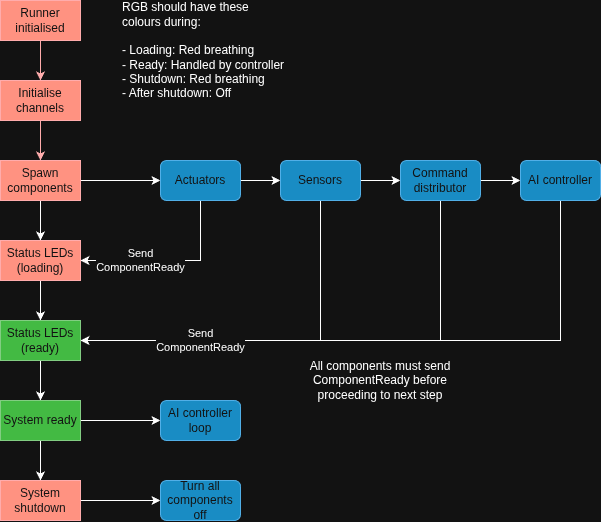
The draw.io diagram docs/diagrams/Runner Loop.png in javidahmed64592/pi-bot, before a commit. Source tidied: cells renumbered, new cells last; positions are measured from the earlier drawing's top-left corner, leaving out a move shared by most shapes. Source of this version:
```xml
<mxGraphModel>
  <root>
    <mxCell id="0" />
    <mxCell id="1" parent="0" />
    <mxCell id="2" style="edgeStyle=orthogonalEdgeStyle;rounded=0;jettySize=auto;html=1;entryX=0.5;entryY=0;entryDx=0;entryDy=0;fillColor=#e51400;strokeColor=#B20000;" parent="1" edge="1" source="3" target="5">
      <mxGeometry relative="1" as="geometry" />
    </mxCell>
    <mxCell id="3" value="Runner initialised" style="rounded=0;whiteSpace=wrap;html=1;fillColor=#e51400;fontColor=#ffffff;strokeColor=#B20000;" parent="1" vertex="1">
      <mxGeometry width="80" height="40" as="geometry" />
    </mxCell>
    <mxCell id="4" style="edgeStyle=orthogonalEdgeStyle;rounded=0;jettySize=auto;html=1;entryX=0.5;entryY=0;entryDx=0;entryDy=0;fillColor=#e51400;strokeColor=#B20000;" parent="1" edge="1" source="5" target="8">
      <mxGeometry relative="1" as="geometry" />
    </mxCell>
    <mxCell id="5" value="Initialise channels" style="rounded=0;whiteSpace=wrap;html=1;fillColor=#e51400;fontColor=#ffffff;strokeColor=#B20000;" parent="1" vertex="1">
      <mxGeometry y="80" width="80" height="40" as="geometry" />
    </mxCell>
    <mxCell id="6" style="edgeStyle=orthogonalEdgeStyle;rounded=0;jettySize=auto;html=1;entryX=0.5;entryY=0;entryDx=0;entryDy=0;" parent="1" edge="1" source="8" target="21">
      <mxGeometry relative="1" as="geometry" />
    </mxCell>
    <mxCell id="7" style="edgeStyle=orthogonalEdgeStyle;rounded=0;jettySize=auto;html=1;entryX=0;entryY=0.5;entryDx=0;entryDy=0;" parent="1" edge="1" source="8" target="11">
      <mxGeometry relative="1" as="geometry" />
    </mxCell>
    <mxCell id="8" value="Spawn components" style="rounded=0;whiteSpace=wrap;html=1;fillColor=#e51400;fontColor=#ffffff;strokeColor=#B20000;" parent="1" vertex="1">
      <mxGeometry y="160" width="80" height="40" as="geometry" />
    </mxCell>
    <mxCell id="9" value="Send&lt;div&gt;ComponentReady&lt;/div&gt;" style="edgeStyle=orthogonalEdgeStyle;rounded=0;jettySize=auto;html=1;entryX=1;entryY=0.5;entryDx=0;entryDy=0;exitX=0.5;exitY=1;exitDx=0;exitDy=0;" parent="1" edge="1" source="11" target="21">
      <mxGeometry x="0.33" relative="1" as="geometry" />
    </mxCell>
    <mxCell id="10" style="edgeStyle=orthogonalEdgeStyle;rounded=0;jettySize=auto;html=1;exitX=1;exitY=0.5;exitDx=0;exitDy=0;entryX=0;entryY=0.5;entryDx=0;entryDy=0;" parent="1" edge="1" source="11" target="14">
      <mxGeometry relative="1" as="geometry" />
    </mxCell>
    <mxCell id="11" value="Actuators" style="rounded=1;whiteSpace=wrap;html=1;fillColor=#1ba1e2;fontColor=#ffffff;strokeColor=#006EAF;" parent="1" vertex="1">
      <mxGeometry x="160" y="160" width="80" height="40" as="geometry" />
    </mxCell>
    <mxCell id="12" style="edgeStyle=orthogonalEdgeStyle;rounded=0;jettySize=auto;html=1;exitX=0.5;exitY=1;exitDx=0;exitDy=0;entryX=1;entryY=0.5;entryDx=0;entryDy=0;" parent="1" edge="1" source="14" target="23">
      <mxGeometry relative="1" as="geometry" />
    </mxCell>
    <mxCell id="13" style="edgeStyle=orthogonalEdgeStyle;rounded=0;jettySize=auto;html=1;exitX=1;exitY=0.5;exitDx=0;exitDy=0;entryX=0;entryY=0.5;entryDx=0;entryDy=0;" parent="1" edge="1" source="14" target="17">
      <mxGeometry relative="1" as="geometry" />
    </mxCell>
    <mxCell id="14" value="Sensors" style="rounded=1;whiteSpace=wrap;html=1;fillColor=#1ba1e2;fontColor=#ffffff;strokeColor=#006EAF;" parent="1" vertex="1">
      <mxGeometry x="280" y="160" width="80" height="40" as="geometry" />
    </mxCell>
    <mxCell id="15" style="edgeStyle=orthogonalEdgeStyle;rounded=0;jettySize=auto;html=1;exitX=0.5;exitY=1;exitDx=0;exitDy=0;entryX=1;entryY=0.5;entryDx=0;entryDy=0;" parent="1" edge="1" source="17" target="23">
      <mxGeometry relative="1" as="geometry" />
    </mxCell>
    <mxCell id="16" style="edgeStyle=orthogonalEdgeStyle;rounded=0;jettySize=auto;html=1;exitX=1;exitY=0.5;exitDx=0;exitDy=0;entryX=0;entryY=0.5;entryDx=0;entryDy=0;" parent="1" edge="1" source="17" target="19">
      <mxGeometry relative="1" as="geometry" />
    </mxCell>
    <mxCell id="17" value="Command distributor" style="rounded=1;whiteSpace=wrap;html=1;fillColor=#1ba1e2;fontColor=#ffffff;strokeColor=#006EAF;" parent="1" vertex="1">
      <mxGeometry x="400" y="160" width="80" height="40" as="geometry" />
    </mxCell>
    <mxCell id="18" value="Send&lt;div&gt;ComponentReady&lt;/div&gt;" style="edgeStyle=orthogonalEdgeStyle;rounded=0;jettySize=auto;html=1;exitX=0.5;exitY=1;exitDx=0;exitDy=0;" parent="1" edge="1" source="19">
      <mxGeometry x="0.61" relative="1" as="geometry">
        <mxPoint x="80" y="340" as="targetPoint" />
        <Array as="points">
          <mxPoint x="560" y="340" />
        </Array>
      </mxGeometry>
    </mxCell>
    <mxCell id="19" value="AI controller" style="rounded=1;whiteSpace=wrap;html=1;fillColor=#1ba1e2;fontColor=#ffffff;strokeColor=#006EAF;" parent="1" vertex="1">
      <mxGeometry x="520" y="160" width="80" height="40" as="geometry" />
    </mxCell>
    <mxCell id="20" style="edgeStyle=orthogonalEdgeStyle;rounded=0;jettySize=auto;html=1;entryX=0.5;entryY=0;entryDx=0;entryDy=0;" parent="1" edge="1" source="21" target="23">
      <mxGeometry relative="1" as="geometry" />
    </mxCell>
    <mxCell id="21" value="Status LEDs (loading)" style="rounded=0;whiteSpace=wrap;html=1;fillColor=#e51400;fontColor=#ffffff;strokeColor=#B20000;" parent="1" vertex="1">
      <mxGeometry y="240" width="80" height="40" as="geometry" />
    </mxCell>
    <mxCell id="22" style="edgeStyle=orthogonalEdgeStyle;rounded=0;jettySize=auto;html=1;entryX=0.5;entryY=0;entryDx=0;entryDy=0;" parent="1" edge="1" source="23" target="27">
      <mxGeometry relative="1" as="geometry" />
    </mxCell>
    <mxCell id="23" value="Status LEDs (ready)" style="rounded=0;whiteSpace=wrap;html=1;fillColor=#008a00;fontColor=#ffffff;strokeColor=#005700;" parent="1" vertex="1">
      <mxGeometry y="320" width="80" height="40" as="geometry" />
    </mxCell>
    <mxCell id="24" value="All components must send ComponentReady before proceeding to next step" style="text;html=1;whiteSpace=wrap;strokeColor=none;fillColor=none;align=center;verticalAlign=middle;rounded=0;" parent="1" vertex="1">
      <mxGeometry x="300" y="360" width="160" height="40" as="geometry" />
    </mxCell>
    <mxCell id="25" style="edgeStyle=orthogonalEdgeStyle;rounded=0;jettySize=auto;html=1;entryX=0.5;entryY=0;entryDx=0;entryDy=0;" parent="1" edge="1" source="27" target="29">
      <mxGeometry relative="1" as="geometry" />
    </mxCell>
    <mxCell id="26" style="edgeStyle=orthogonalEdgeStyle;rounded=0;jettySize=auto;html=1;entryX=0;entryY=0.5;entryDx=0;entryDy=0;" parent="1" edge="1" source="27" target="31">
      <mxGeometry relative="1" as="geometry" />
    </mxCell>
    <mxCell id="27" value="System ready" style="rounded=0;whiteSpace=wrap;html=1;fillColor=#008a00;fontColor=#ffffff;strokeColor=#005700;" parent="1" vertex="1">
      <mxGeometry y="400" width="80" height="40" as="geometry" />
    </mxCell>
    <mxCell id="28" style="edgeStyle=orthogonalEdgeStyle;rounded=0;jettySize=auto;html=1;entryX=0;entryY=0.5;entryDx=0;entryDy=0;" parent="1" edge="1" source="29" target="30">
      <mxGeometry relative="1" as="geometry" />
    </mxCell>
    <mxCell id="29" value="System shutdown" style="rounded=0;whiteSpace=wrap;html=1;fillColor=#e51400;fontColor=#ffffff;strokeColor=#B20000;" parent="1" vertex="1">
      <mxGeometry y="480" width="80" height="40" as="geometry" />
    </mxCell>
    <mxCell id="30" value="Turn all components off" style="rounded=1;whiteSpace=wrap;html=1;fillColor=#1ba1e2;fontColor=#ffffff;strokeColor=#006EAF;" parent="1" vertex="1">
      <mxGeometry x="160" y="480" width="80" height="40" as="geometry" />
    </mxCell>
    <mxCell id="31" value="AI controller loop" style="rounded=1;whiteSpace=wrap;html=1;fillColor=#1ba1e2;fontColor=#ffffff;strokeColor=#006EAF;" parent="1" vertex="1">
      <mxGeometry x="160" y="400" width="80" height="40" as="geometry" />
    </mxCell>
    <mxCell id="32" value="RGB should have these colours during:&lt;div&gt;&lt;br&gt;&lt;/div&gt;&lt;div&gt;- Loading: Red breathing&lt;/div&gt;&lt;div&gt;- Ready: Handled by controller&lt;/div&gt;&lt;div&gt;- Shutdown: Red breathing&lt;/div&gt;&lt;div&gt;- After shutdown: Off&lt;/div&gt;" style="text;html=1;whiteSpace=wrap;strokeColor=none;fillColor=none;align=left;verticalAlign=middle;rounded=0;labelPosition=center;verticalLabelPosition=middle;" parent="1" vertex="1">
      <mxGeometry x="120" width="165" height="100" as="geometry" />
    </mxCell>
  </root>
</mxGraphModel>
```
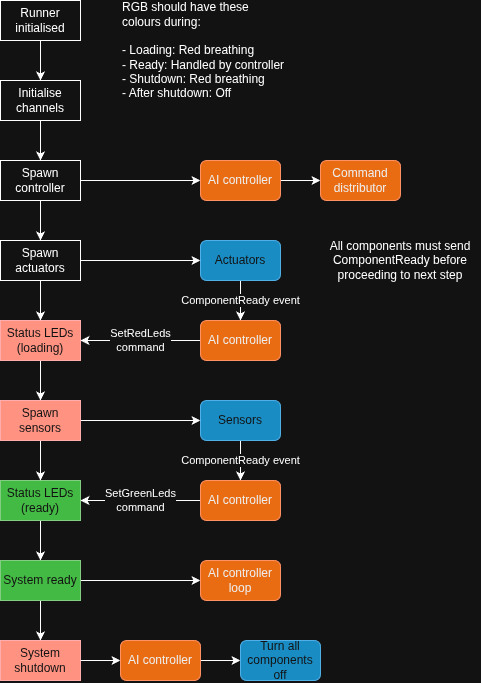
The same file after the commit.

Commit message:
Enhance documentation and diagrams for Pi Bot's state model

Diff of the diagram source:
```diff
@@ -2,79 +2,59 @@
   <root>
     <mxCell id="0" />
     <mxCell id="1" parent="0" />
-    <mxCell id="2" style="edgeStyle=orthogonalEdgeStyle;rounded=0;jettySize=auto;html=1;entryX=0.5;entryY=0;entryDx=0;entryDy=0;fillColor=#e51400;strokeColor=#B20000;" parent="1" edge="1" source="3" target="5">
+    <mxCell id="2" style="edgeStyle=orthogonalEdgeStyle;rounded=0;jettySize=auto;html=1;entryX=0.5;entryY=0;entryDx=0;entryDy=0;" parent="1" edge="1" source="3" target="5">
       <mxGeometry relative="1" as="geometry" />
     </mxCell>
-    <mxCell id="3" value="Runner initialised" style="rounded=0;whiteSpace=wrap;html=1;fillColor=#e51400;fontColor=#ffffff;strokeColor=#B20000;" parent="1" vertex="1">
+    <mxCell id="3" value="Runner initialised" style="rounded=0;whiteSpace=wrap;html=1;" parent="1" vertex="1">
       <mxGeometry width="80" height="40" as="geometry" />
     </mxCell>
-    <mxCell id="4" style="edgeStyle=orthogonalEdgeStyle;rounded=0;jettySize=auto;html=1;entryX=0.5;entryY=0;entryDx=0;entryDy=0;fillColor=#e51400;strokeColor=#B20000;" parent="1" edge="1" source="5" target="8">
+    <mxCell id="4" style="edgeStyle=orthogonalEdgeStyle;rounded=0;jettySize=auto;html=1;entryX=0.5;entryY=0;entryDx=0;entryDy=0;" parent="1" edge="1" source="5" target="8">
       <mxGeometry relative="1" as="geometry" />
     </mxCell>
-    <mxCell id="5" value="Initialise channels" style="rounded=0;whiteSpace=wrap;html=1;fillColor=#e51400;fontColor=#ffffff;strokeColor=#B20000;" parent="1" vertex="1">
+    <mxCell id="5" value="Initialise channels" style="rounded=0;whiteSpace=wrap;html=1;" parent="1" vertex="1">
       <mxGeometry y="80" width="80" height="40" as="geometry" />
     </mxCell>
-    <mxCell id="6" style="edgeStyle=orthogonalEdgeStyle;rounded=0;jettySize=auto;html=1;entryX=0.5;entryY=0;entryDx=0;entryDy=0;" parent="1" edge="1" source="8" target="21">
-      <mxGeometry relative="1" as="geometry" />
-    </mxCell>
-    <mxCell id="7" style="edgeStyle=orthogonalEdgeStyle;rounded=0;jettySize=auto;html=1;entryX=0;entryY=0.5;entryDx=0;entryDy=0;" parent="1" edge="1" source="8" target="11">
-      <mxGeometry relative="1" as="geometry" />
-    </mxCell>
+    <mxCell id="33" style="edgeStyle=orthogonalEdgeStyle;rounded=0;jettySize=auto;html=1;exitX=1;exitY=0.5;exitDx=0;exitDy=0;entryX=0;entryY=0.5;entryDx=0;entryDy=0;" parent="1" edge="1" source="8" target="19">
+      <mxGeometry relative="1" as="geometry" />
+    </mxCell>
+    <mxCell id="34" style="edgeStyle=orthogonalEdgeStyle;rounded=0;jettySize=auto;html=1;entryX=0.5;entryY=0;entryDx=0;entryDy=0;" parent="1" edge="1" source="8" target="41">
+      <mxGeometry relative="1" as="geometry" />
+    </mxCell>
-    <mxCell id="8" value="Spawn components" style="rounded=0;whiteSpace=wrap;html=1;fillColor=#e51400;fontColor=#ffffff;strokeColor=#B20000;" parent="1" vertex="1">
+    <mxCell id="8" value="Spawn controller" style="rounded=0;whiteSpace=wrap;html=1;" parent="1" vertex="1">
       <mxGeometry y="160" width="80" height="40" as="geometry" />
     </mxCell>
-    <mxCell id="9" value="Send&lt;div&gt;ComponentReady&lt;/div&gt;" style="edgeStyle=orthogonalEdgeStyle;rounded=0;jettySize=auto;html=1;entryX=1;entryY=0.5;entryDx=0;entryDy=0;exitX=0.5;exitY=1;exitDx=0;exitDy=0;" parent="1" edge="1" source="11" target="21">
-      <mxGeometry x="0.33" relative="1" as="geometry" />
-    </mxCell>
-    <mxCell id="10" style="edgeStyle=orthogonalEdgeStyle;rounded=0;jettySize=auto;html=1;exitX=1;exitY=0.5;exitDx=0;exitDy=0;entryX=0;entryY=0.5;entryDx=0;entryDy=0;" parent="1" edge="1" source="11" target="14">
-      <mxGeometry relative="1" as="geometry" />
-    </mxCell>
+    <mxCell id="35" value="ComponentReady event" style="edgeStyle=orthogonalEdgeStyle;rounded=0;jettySize=auto;html=1;entryX=0.5;entryY=0;entryDx=0;entryDy=0;" parent="1" edge="1" source="11" target="43">
+      <mxGeometry relative="1" as="geometry" />
+    </mxCell>
     <mxCell id="11" value="Actuators" style="rounded=1;whiteSpace=wrap;html=1;fillColor=#1ba1e2;fontColor=#ffffff;strokeColor=#006EAF;" parent="1" vertex="1">
-      <mxGeometry x="160" y="160" width="80" height="40" as="geometry" />
+      <mxGeometry x="200" y="240" width="80" height="40" as="geometry" />
     </mxCell>
-    <mxCell id="12" style="edgeStyle=orthogonalEdgeStyle;rounded=0;jettySize=auto;html=1;exitX=0.5;exitY=1;exitDx=0;exitDy=0;entryX=1;entryY=0.5;entryDx=0;entryDy=0;" parent="1" edge="1" source="14" target="23">
-      <mxGeometry relative="1" as="geometry" />
-    </mxCell>
-    <mxCell id="13" style="edgeStyle=orthogonalEdgeStyle;rounded=0;jettySize=auto;html=1;exitX=1;exitY=0.5;exitDx=0;exitDy=0;entryX=0;entryY=0.5;entryDx=0;entryDy=0;" parent="1" edge="1" source="14" target="17">
-      <mxGeometry relative="1" as="geometry" />
-    </mxCell>
+    <mxCell id="36" value="ComponentReady event" style="edgeStyle=orthogonalEdgeStyle;rounded=0;jettySize=auto;html=1;entryX=0.5;entryY=0;entryDx=0;entryDy=0;" parent="1" edge="1" source="14" target="48">
+      <mxGeometry relative="1" as="geometry" />
+    </mxCell>
     <mxCell id="14" value="Sensors" style="rounded=1;whiteSpace=wrap;html=1;fillColor=#1ba1e2;fontColor=#ffffff;strokeColor=#006EAF;" parent="1" vertex="1">
-      <mxGeometry x="280" y="160" width="80" height="40" as="geometry" />
+      <mxGeometry x="200" y="400" width="80" height="40" as="geometry" />
     </mxCell>
-    <mxCell id="15" style="edgeStyle=orthogonalEdgeStyle;rounded=0;jettySize=auto;html=1;exitX=0.5;exitY=1;exitDx=0;exitDy=0;entryX=1;entryY=0.5;entryDx=0;entryDy=0;" parent="1" edge="1" source="17" target="23">
-      <mxGeometry relative="1" as="geometry" />
-    </mxCell>
-    <mxCell id="16" style="edgeStyle=orthogonalEdgeStyle;rounded=0;jettySize=auto;html=1;exitX=1;exitY=0.5;exitDx=0;exitDy=0;entryX=0;entryY=0.5;entryDx=0;entryDy=0;" parent="1" edge="1" source="17" target="19">
-      <mxGeometry relative="1" as="geometry" />
-    </mxCell>
-    <mxCell id="17" value="Command distributor" style="rounded=1;whiteSpace=wrap;html=1;fillColor=#1ba1e2;fontColor=#ffffff;strokeColor=#006EAF;" parent="1" vertex="1">
-      <mxGeometry x="400" y="160" width="80" height="40" as="geometry" />
-    </mxCell>
-    <mxCell id="18" value="Send&lt;div&gt;ComponentReady&lt;/div&gt;" style="edgeStyle=orthogonalEdgeStyle;rounded=0;jettySize=auto;html=1;exitX=0.5;exitY=1;exitDx=0;exitDy=0;" parent="1" edge="1" source="19">
-      <mxGeometry x="0.61" relative="1" as="geometry">
-        <mxPoint x="80" y="340" as="targetPoint" />
-        <Array as="points">
-          <mxPoint x="560" y="340" />
-        </Array>
-      </mxGeometry>
-    </mxCell>
+    <mxCell id="37" style="edgeStyle=orthogonalEdgeStyle;rounded=0;jettySize=auto;html=1;exitX=1;exitY=0.5;exitDx=0;exitDy=0;entryX=0;entryY=0.5;entryDx=0;entryDy=0;" parent="1" edge="1" source="19" target="17">
+      <mxGeometry relative="1" as="geometry" />
+    </mxCell>
-    <mxCell id="19" value="AI controller" style="rounded=1;whiteSpace=wrap;html=1;fillColor=#1ba1e2;fontColor=#ffffff;strokeColor=#006EAF;" parent="1" vertex="1">
-      <mxGeometry x="520" y="160" width="80" height="40" as="geometry" />
+    <mxCell id="19" value="AI controller" style="rounded=1;whiteSpace=wrap;html=1;fillColor=#fa6800;fontColor=#000000;strokeColor=#C73500;" parent="1" vertex="1">
+      <mxGeometry x="200" y="160" width="80" height="40" as="geometry" />
     </mxCell>
-    <mxCell id="20" style="edgeStyle=orthogonalEdgeStyle;rounded=0;jettySize=auto;html=1;entryX=0.5;entryY=0;entryDx=0;entryDy=0;" parent="1" edge="1" source="21" target="23">
-      <mxGeometry relative="1" as="geometry" />
-    </mxCell>
+    <mxCell id="38" style="edgeStyle=orthogonalEdgeStyle;rounded=0;jettySize=auto;html=1;entryX=0.5;entryY=0;entryDx=0;entryDy=0;" parent="1" edge="1" source="21" target="46">
+      <mxGeometry relative="1" as="geometry" />
+    </mxCell>
     <mxCell id="21" value="Status LEDs (loading)" style="rounded=0;whiteSpace=wrap;html=1;fillColor=#e51400;fontColor=#ffffff;strokeColor=#B20000;" parent="1" vertex="1">
-      <mxGeometry y="240" width="80" height="40" as="geometry" />
+      <mxGeometry y="320" width="80" height="40" as="geometry" />
     </mxCell>
     <mxCell id="22" style="edgeStyle=orthogonalEdgeStyle;rounded=0;jettySize=auto;html=1;entryX=0.5;entryY=0;entryDx=0;entryDy=0;" parent="1" edge="1" source="23" target="27">
       <mxGeometry relative="1" as="geometry" />
     </mxCell>
     <mxCell id="23" value="Status LEDs (ready)" style="rounded=0;whiteSpace=wrap;html=1;fillColor=#008a00;fontColor=#ffffff;strokeColor=#005700;" parent="1" vertex="1">
-      <mxGeometry y="320" width="80" height="40" as="geometry" />
+      <mxGeometry y="480" width="80" height="40" as="geometry" />
     </mxCell>
     <mxCell id="24" value="All components must send ComponentReady before proceeding to next step" style="text;html=1;whiteSpace=wrap;strokeColor=none;fillColor=none;align=center;verticalAlign=middle;rounded=0;" parent="1" vertex="1">
-      <mxGeometry x="300" y="360" width="160" height="40" as="geometry" />
+      <mxGeometry x="320" y="240" width="160" height="40" as="geometry" />
     </mxCell>
     <mxCell id="25" style="edgeStyle=orthogonalEdgeStyle;rounded=0;jettySize=auto;html=1;entryX=0.5;entryY=0;entryDx=0;entryDy=0;" parent="1" edge="1" source="27" target="29">
       <mxGeometry relative="1" as="geometry" />
@@ -83,22 +63,61 @@
       <mxGeometry relative="1" as="geometry" />
     </mxCell>
     <mxCell id="27" value="System ready" style="rounded=0;whiteSpace=wrap;html=1;fillColor=#008a00;fontColor=#ffffff;strokeColor=#005700;" parent="1" vertex="1">
-      <mxGeometry y="400" width="80" height="40" as="geometry" />
+      <mxGeometry y="560" width="80" height="40" as="geometry" />
     </mxCell>
-    <mxCell id="28" style="edgeStyle=orthogonalEdgeStyle;rounded=0;jettySize=auto;html=1;entryX=0;entryY=0.5;entryDx=0;entryDy=0;" parent="1" edge="1" source="29" target="30">
+    <mxCell id="28" style="edgeStyle=orthogonalEdgeStyle;rounded=0;jettySize=auto;html=1;entryX=0;entryY=0.5;entryDx=0;entryDy=0;" parent="1" edge="1" source="50" target="30">
       <mxGeometry relative="1" as="geometry" />
     </mxCell>
     <mxCell id="29" value="System shutdown" style="rounded=0;whiteSpace=wrap;html=1;fillColor=#e51400;fontColor=#ffffff;strokeColor=#B20000;" parent="1" vertex="1">
-      <mxGeometry y="480" width="80" height="40" as="geometry" />
+      <mxGeometry y="640" width="80" height="40" as="geometry" />
     </mxCell>
     <mxCell id="30" value="Turn all components off" style="rounded=1;whiteSpace=wrap;html=1;fillColor=#1ba1e2;fontColor=#ffffff;strokeColor=#006EAF;" parent="1" vertex="1">
-      <mxGeometry x="160" y="480" width="80" height="40" as="geometry" />
+      <mxGeometry x="240" y="640" width="80" height="40" as="geometry" />
     </mxCell>
-    <mxCell id="31" value="AI controller loop" style="rounded=1;whiteSpace=wrap;html=1;fillColor=#1ba1e2;fontColor=#ffffff;strokeColor=#006EAF;" parent="1" vertex="1">
-      <mxGeometry x="160" y="400" width="80" height="40" as="geometry" />
+    <mxCell id="31" value="AI controller loop" style="rounded=1;whiteSpace=wrap;html=1;fillColor=#fa6800;fontColor=#000000;strokeColor=#C73500;" parent="1" vertex="1">
+      <mxGeometry x="200" y="560" width="80" height="40" as="geometry" />
     </mxCell>
     <mxCell id="32" value="RGB should have these colours during:&lt;div&gt;&lt;br&gt;&lt;/div&gt;&lt;div&gt;- Loading: Red breathing&lt;/div&gt;&lt;div&gt;- Ready: Handled by controller&lt;/div&gt;&lt;div&gt;- Shutdown: Red breathing&lt;/div&gt;&lt;div&gt;- After shutdown: Off&lt;/div&gt;" style="text;html=1;whiteSpace=wrap;strokeColor=none;fillColor=none;align=left;verticalAlign=middle;rounded=0;labelPosition=center;verticalLabelPosition=middle;" parent="1" vertex="1">
       <mxGeometry x="120" width="165" height="100" as="geometry" />
     </mxCell>
+    <mxCell id="17" value="Command distributor" style="rounded=1;whiteSpace=wrap;html=1;fillColor=#fa6800;fontColor=#000000;strokeColor=#C73500;" parent="1" vertex="1">
+      <mxGeometry x="320" y="160" width="80" height="40" as="geometry" />
+    </mxCell>
+    <mxCell id="39" style="edgeStyle=orthogonalEdgeStyle;rounded=0;jettySize=auto;html=1;exitX=1;exitY=0.5;exitDx=0;exitDy=0;entryX=0;entryY=0.5;entryDx=0;entryDy=0;" parent="1" edge="1" source="41" target="11">
+      <mxGeometry relative="1" as="geometry" />
+    </mxCell>
+    <mxCell id="40" style="edgeStyle=orthogonalEdgeStyle;rounded=0;jettySize=auto;html=1;entryX=0.5;entryY=0;entryDx=0;entryDy=0;" parent="1" edge="1" source="41" target="21">
+      <mxGeometry relative="1" as="geometry" />
+    </mxCell>
+    <mxCell id="41" value="Spawn actuators" style="rounded=0;whiteSpace=wrap;html=1;" parent="1" vertex="1">
+      <mxGeometry y="240" width="80" height="40" as="geometry" />
+    </mxCell>
+    <mxCell id="42" value="SetRedLeds&lt;div&gt;command&lt;/div&gt;" style="edgeStyle=orthogonalEdgeStyle;rounded=0;jettySize=auto;html=1;entryX=1;entryY=0.5;entryDx=0;entryDy=0;" parent="1" edge="1" source="43" target="21">
+      <mxGeometry relative="1" as="geometry" />
+    </mxCell>
+    <mxCell id="43" value="AI controller" style="rounded=1;whiteSpace=wrap;html=1;fillColor=#fa6800;fontColor=#000000;strokeColor=#C73500;" parent="1" vertex="1">
+      <mxGeometry x="200" y="320" width="80" height="40" as="geometry" />
+    </mxCell>
+    <mxCell id="44" style="edgeStyle=orthogonalEdgeStyle;rounded=0;jettySize=auto;html=1;entryX=0;entryY=0.5;entryDx=0;entryDy=0;" parent="1" edge="1" source="46" target="14">
+      <mxGeometry relative="1" as="geometry" />
+    </mxCell>
+    <mxCell id="45" style="edgeStyle=orthogonalEdgeStyle;rounded=0;jettySize=auto;html=1;entryX=0.5;entryY=0;entryDx=0;entryDy=0;" parent="1" edge="1" source="46" target="23">
+      <mxGeometry relative="1" as="geometry" />
+    </mxCell>
+    <mxCell id="46" value="Spawn sensors" style="rounded=0;whiteSpace=wrap;html=1;fillColor=#e51400;fontColor=#ffffff;strokeColor=#B20000;" parent="1" vertex="1">
+      <mxGeometry y="400" width="80" height="40" as="geometry" />
+    </mxCell>
+    <mxCell id="47" value="SetGreenLeds&lt;div&gt;command&lt;/div&gt;" style="edgeStyle=orthogonalEdgeStyle;rounded=0;jettySize=auto;html=1;entryX=1;entryY=0.5;entryDx=0;entryDy=0;" parent="1" edge="1" source="48" target="23">
+      <mxGeometry relative="1" as="geometry" />
+    </mxCell>
+    <mxCell id="48" value="AI controller" style="rounded=1;whiteSpace=wrap;html=1;fillColor=#fa6800;fontColor=#000000;strokeColor=#C73500;" parent="1" vertex="1">
+      <mxGeometry x="200" y="480" width="80" height="40" as="geometry" />
+    </mxCell>
+    <mxCell id="49" style="edgeStyle=orthogonalEdgeStyle;rounded=0;jettySize=auto;html=1;entryX=0;entryY=0.5;entryDx=0;entryDy=0;" parent="1" edge="1" source="29" target="50">
+      <mxGeometry relative="1" as="geometry" />
+    </mxCell>
+    <mxCell id="50" value="AI controller" style="rounded=1;whiteSpace=wrap;html=1;fillColor=#fa6800;fontColor=#000000;strokeColor=#C73500;" parent="1" vertex="1">
+      <mxGeometry x="120" y="640" width="80" height="40" as="geometry" />
+    </mxCell>
   </root>
 </mxGraphModel>
```
